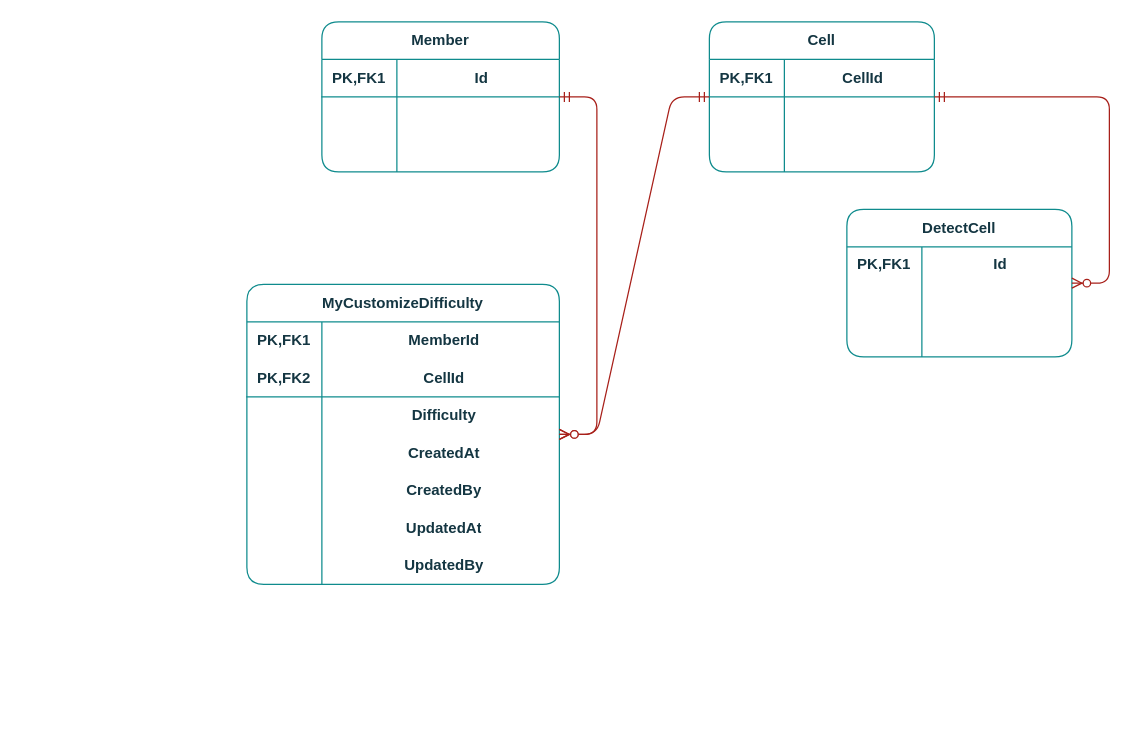
hyeonzx/custom-difficulty keeps this draw.io diagram as custom difficulty.drawio. Above is the earlier version. Source tidied: cells renumbered, new cells numbered last; positions are measured from the earlier drawing's top-left corner, leaving out a move shared by most shapes. Both pictures are drawn from the tidied source at 125%, with x=0, y=0 at pixel (246, 21).
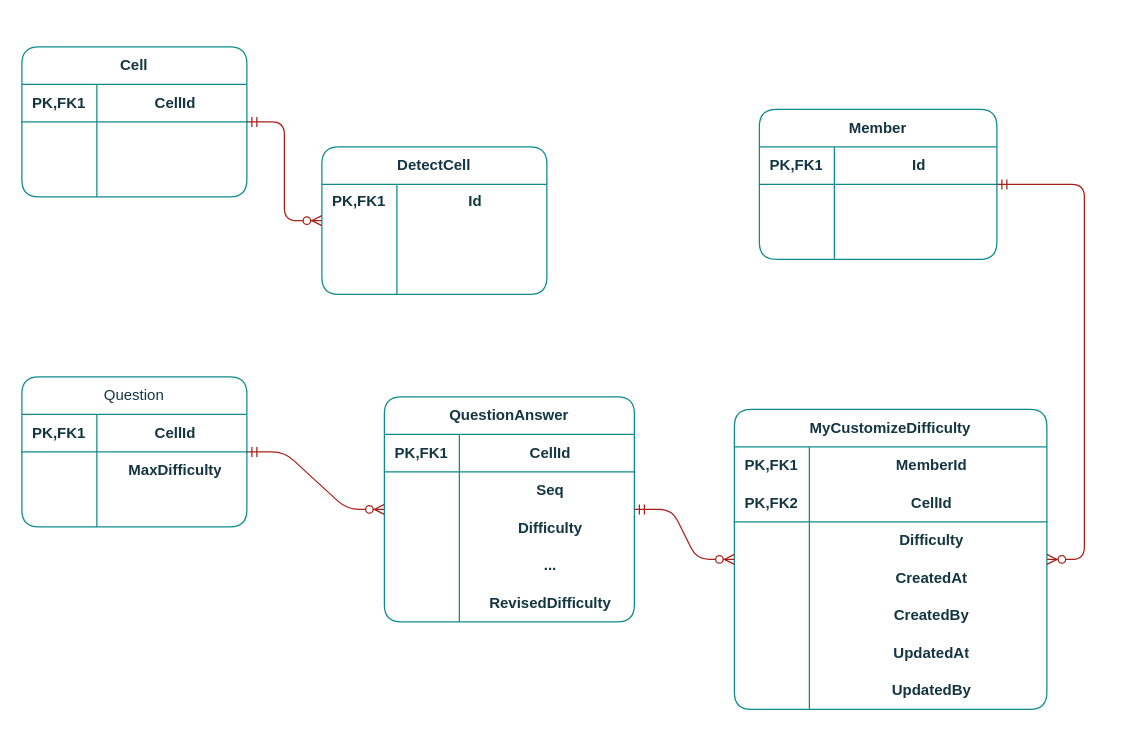
The same page after the edit.

The edit, as a diff of the source:
```diff
@@
     <mxCell id="2" value="Member" style="shape=table;startSize=30;childLayout=tableLayout;rowLines=0;fontStyle=1;align=center;html=1;whiteSpace=wrap;swimlaneLine=1;verticalAlign=middle;fontFamily=Helvetica;fontSize=12;fillColor=none;rounded=1;labelBackgroundColor=none;strokeColor=#0F8B8D;fontColor=#143642;" parent="1" vertex="1">
-      <mxGeometry x="60" width="190" height="120" as="geometry" />
+      <mxGeometry x="410" y="70" width="190" height="120" as="geometry" />
     </mxCell>
@@
     <mxCell id="12" value="Cell" style="shape=table;startSize=30;childLayout=tableLayout;rowLines=0;fontStyle=1;align=center;html=1;whiteSpace=wrap;swimlaneLine=1;verticalAlign=middle;fontFamily=Helvetica;fontSize=12;fillColor=none;rounded=1;labelBackgroundColor=none;strokeColor=#0F8B8D;fontColor=#143642;" parent="1" vertex="1">
-      <mxGeometry x="370" width="180" height="120" as="geometry" />
+      <mxGeometry x="-180" y="20" width="180" height="120" as="geometry" />
     </mxCell>
@@
     <mxCell id="22" value="DetectCell" style="shape=table;startSize=30;childLayout=tableLayout;rowLines=0;fontStyle=1;align=center;html=1;whiteSpace=wrap;swimlaneLine=1;verticalAlign=middle;fontFamily=Helvetica;fontSize=12;fillColor=none;rounded=1;shadow=0;swimlaneFillColor=none;labelBackgroundColor=none;strokeColor=#0F8B8D;fontColor=#143642;" parent="1" vertex="1">
-      <mxGeometry x="480" y="150" width="180" height="118" as="geometry" />
+      <mxGeometry x="60" y="100" width="180" height="118" as="geometry" />
     </mxCell>
@@
     <mxCell id="32" value="MyCustomizeDifficulty" style="shape=table;startSize=30;childLayout=tableLayout;rowLines=0;fontStyle=1;align=center;html=1;whiteSpace=wrap;rounded=1;shadow=0;swimlaneFillColor=none;swimlaneLine=1;verticalAlign=middle;fontFamily=Helvetica;fontSize=12;fillColor=none;labelBackgroundColor=none;strokeColor=#0F8B8D;fontColor=#143642;" parent="1" vertex="1">
-      <mxGeometry y="210" width="250" height="240" as="geometry" />
+      <mxGeometry x="390" y="310" width="250" height="240" as="geometry" />
     </mxCell>
@@
-    <mxCell id="55" style="edgeStyle=entityRelationEdgeStyle;fontSize=12;html=1;endArrow=ERzeroToMany;startArrow=ERmandOne;rounded=1;fontFamily=Helvetica;fontColor=default;fontStyle=1;labelBackgroundColor=none;strokeColor=#A8201A;" parent="1" edge="1" source="12" target="32">
-      <mxGeometry relative="1" as="geometry" />
-    </mxCell>
@@
+    <mxCell id="57" value="Question" style="shape=table;startSize=30;childLayout=tableLayout;rowLines=0;fontStyle=0;align=center;html=1;whiteSpace=wrap;swimlaneLine=1;verticalAlign=middle;fontFamily=Helvetica;fontSize=12;fillColor=none;rounded=1;labelBackgroundColor=none;strokeColor=#0F8B8D;fontColor=#143642;" parent="1" vertex="1">
+      <mxGeometry x="-180" y="284" width="180" height="120" as="geometry" />
+    </mxCell>
+    <mxCell id="58" style="shape=tableRow;horizontal=0;startSize=0;swimlaneHead=0;swimlaneBody=0;fillColor=none;top=0;left=0;right=0;bottom=1;html=1;swimlaneLine=1;align=center;verticalAlign=middle;fontFamily=Helvetica;fontSize=12;fontStyle=1;labelBackgroundColor=none;strokeColor=#0F8B8D;fontColor=#143642;rounded=1;" parent="57" vertex="1">
+      <mxGeometry y="30" width="180" height="30" as="geometry" />
+    </mxCell>
+    <mxCell id="59" value="PK,FK1" style="shape=partialRectangle;fillColor=none;top=0;left=0;bottom=0;right=0;fontStyle=1;overflow=hidden;html=1;whiteSpace=wrap;swimlaneLine=1;align=center;verticalAlign=middle;fontFamily=Helvetica;fontSize=12;labelBackgroundColor=none;strokeColor=#0F8B8D;fontColor=#143642;rounded=1;" parent="58" vertex="1">
+      <mxGeometry width="60" height="30" as="geometry" />
+    </mxCell>
+    <mxCell id="60" value="CellId" style="shape=partialRectangle;fillColor=none;top=0;left=0;bottom=0;right=0;align=center;spacingLeft=6;fontStyle=1;overflow=hidden;html=1;whiteSpace=wrap;swimlaneLine=1;verticalAlign=middle;fontFamily=Helvetica;fontSize=12;labelBackgroundColor=none;strokeColor=#0F8B8D;fontColor=#143642;rounded=1;" parent="58" vertex="1">
+      <mxGeometry x="60" width="120" height="30" as="geometry" />
+    </mxCell>
+    <mxCell id="61" style="shape=tableRow;horizontal=0;startSize=0;swimlaneHead=0;swimlaneBody=0;fillColor=none;top=0;left=0;right=0;bottom=0;html=1;swimlaneLine=1;align=center;verticalAlign=middle;fontFamily=Helvetica;fontSize=12;fontStyle=1;labelBackgroundColor=none;strokeColor=#0F8B8D;fontColor=#143642;rounded=1;" parent="57" vertex="1">
+      <mxGeometry y="60" width="180" height="30" as="geometry" />
+    </mxCell>
+    <mxCell id="62" style="shape=partialRectangle;fillColor=none;top=0;left=0;bottom=0;right=0;overflow=hidden;html=1;whiteSpace=wrap;swimlaneLine=1;align=center;verticalAlign=middle;fontFamily=Helvetica;fontSize=12;fontStyle=1;labelBackgroundColor=none;strokeColor=#0F8B8D;fontColor=#143642;rounded=1;" parent="61" vertex="1">
+      <mxGeometry width="60" height="30" as="geometry" />
+    </mxCell>
+    <mxCell id="63" value="MaxDifficulty" style="shape=partialRectangle;fillColor=none;top=0;left=0;bottom=0;right=0;align=center;spacingLeft=6;overflow=hidden;html=1;whiteSpace=wrap;swimlaneLine=1;verticalAlign=middle;fontFamily=Helvetica;fontSize=12;fontStyle=1;labelBackgroundColor=none;strokeColor=#0F8B8D;fontColor=#143642;rounded=1;" parent="61" vertex="1">
+      <mxGeometry x="60" width="120" height="30" as="geometry" />
+    </mxCell>
+    <mxCell id="64" style="shape=tableRow;horizontal=0;startSize=0;swimlaneHead=0;swimlaneBody=0;fillColor=none;top=0;left=0;right=0;bottom=0;html=1;swimlaneLine=1;align=center;verticalAlign=middle;fontFamily=Helvetica;fontSize=12;fontStyle=1;labelBackgroundColor=none;strokeColor=#0F8B8D;fontColor=#143642;rounded=1;" parent="57" vertex="1">
+      <mxGeometry y="90" width="180" height="30" as="geometry" />
+    </mxCell>
+    <mxCell id="65" style="shape=partialRectangle;fillColor=none;top=0;left=0;bottom=0;right=0;overflow=hidden;html=1;whiteSpace=wrap;swimlaneLine=1;align=center;verticalAlign=middle;fontFamily=Helvetica;fontSize=12;fontStyle=1;labelBackgroundColor=none;strokeColor=#0F8B8D;fontColor=#143642;rounded=1;" parent="64" vertex="1">
+      <mxGeometry width="60" height="30" as="geometry" />
+    </mxCell>
+    <mxCell id="66" style="shape=partialRectangle;fillColor=none;top=0;left=0;bottom=0;right=0;align=center;spacingLeft=6;overflow=hidden;html=1;whiteSpace=wrap;swimlaneLine=1;verticalAlign=middle;fontFamily=Helvetica;fontSize=12;fontStyle=1;labelBackgroundColor=none;strokeColor=#0F8B8D;fontColor=#143642;rounded=1;" parent="64" vertex="1">
+      <mxGeometry x="60" width="120" height="30" as="geometry" />
+    </mxCell>
+    <mxCell id="67" style="edgeStyle=entityRelationEdgeStyle;fontSize=12;html=1;endArrow=ERzeroToMany;startArrow=ERmandOne;rounded=1;fontFamily=Helvetica;fontColor=default;fontStyle=1;labelBackgroundColor=none;strokeColor=#A8201A;" parent="1" edge="1" source="57" target="68">
+      <mxGeometry relative="1" as="geometry">
+        <Array as="points">
+          <mxPoint x="30" y="580.5" />
+        </Array>
+      </mxGeometry>
+    </mxCell>
+    <mxCell id="68" value="QuestionAnswer" style="shape=table;startSize=30;childLayout=tableLayout;rowLines=0;fontStyle=1;align=center;html=1;whiteSpace=wrap;swimlaneLine=1;verticalAlign=middle;fontFamily=Helvetica;fontSize=12;fillColor=none;rounded=1;labelBackgroundColor=none;strokeColor=#0F8B8D;fontColor=#143642;" parent="1" vertex="1">
+      <mxGeometry x="110" y="300" width="200" height="180" as="geometry" />
+    </mxCell>
+    <mxCell id="69" style="shape=tableRow;horizontal=0;startSize=0;swimlaneHead=0;swimlaneBody=0;fillColor=none;top=0;left=0;right=0;bottom=1;html=1;swimlaneLine=1;align=center;verticalAlign=middle;fontFamily=Helvetica;fontSize=12;fontStyle=1;labelBackgroundColor=none;strokeColor=#0F8B8D;fontColor=#143642;rounded=1;" parent="68" vertex="1">
+      <mxGeometry y="30" width="200" height="30" as="geometry" />
+    </mxCell>
+    <mxCell id="70" value="PK,FK1" style="shape=partialRectangle;fillColor=none;top=0;left=0;bottom=0;right=0;fontStyle=1;overflow=hidden;html=1;whiteSpace=wrap;swimlaneLine=1;align=center;verticalAlign=middle;fontFamily=Helvetica;fontSize=12;labelBackgroundColor=none;strokeColor=#0F8B8D;fontColor=#143642;rounded=1;" parent="69" vertex="1">
+      <mxGeometry width="60" height="30" as="geometry" />
+    </mxCell>
+    <mxCell id="71" value="CellId" style="shape=partialRectangle;fillColor=none;top=0;left=0;bottom=0;right=0;align=center;spacingLeft=6;fontStyle=1;overflow=hidden;html=1;whiteSpace=wrap;swimlaneLine=1;verticalAlign=middle;fontFamily=Helvetica;fontSize=12;labelBackgroundColor=none;strokeColor=#0F8B8D;fontColor=#143642;rounded=1;" parent="69" vertex="1">
+      <mxGeometry x="60" width="140" height="30" as="geometry" />
+    </mxCell>
+    <mxCell id="72" style="shape=tableRow;horizontal=0;startSize=0;swimlaneHead=0;swimlaneBody=0;fillColor=none;top=0;left=0;right=0;bottom=0;html=1;swimlaneLine=1;align=center;verticalAlign=middle;fontFamily=Helvetica;fontSize=12;fontStyle=1;labelBackgroundColor=none;strokeColor=#0F8B8D;fontColor=#143642;rounded=1;" parent="68" vertex="1">
+      <mxGeometry y="60" width="200" height="30" as="geometry" />
+    </mxCell>
+    <mxCell id="73" style="shape=partialRectangle;fillColor=none;top=0;left=0;bottom=0;right=0;overflow=hidden;html=1;whiteSpace=wrap;swimlaneLine=1;align=center;verticalAlign=middle;fontFamily=Helvetica;fontSize=12;fontStyle=1;labelBackgroundColor=none;strokeColor=#0F8B8D;fontColor=#143642;rounded=1;" parent="72" vertex="1">
+      <mxGeometry width="60" height="30" as="geometry" />
+    </mxCell>
+    <mxCell id="74" value="Seq" style="shape=partialRectangle;fillColor=none;top=0;left=0;bottom=0;right=0;align=center;spacingLeft=6;overflow=hidden;html=1;whiteSpace=wrap;swimlaneLine=1;verticalAlign=middle;fontFamily=Helvetica;fontSize=12;fontStyle=1;labelBackgroundColor=none;strokeColor=#0F8B8D;fontColor=#143642;rounded=1;" parent="72" vertex="1">
+      <mxGeometry x="60" width="140" height="30" as="geometry" />
+    </mxCell>
+    <mxCell id="75" style="shape=tableRow;horizontal=0;startSize=0;swimlaneHead=0;swimlaneBody=0;fillColor=none;top=0;left=0;right=0;bottom=0;html=1;swimlaneLine=1;align=center;verticalAlign=middle;fontFamily=Helvetica;fontSize=12;fontStyle=1;labelBackgroundColor=none;strokeColor=#0F8B8D;fontColor=#143642;rounded=1;" parent="68" vertex="1">
+      <mxGeometry y="90" width="200" height="30" as="geometry" />
+    </mxCell>
+    <mxCell id="76" style="shape=partialRectangle;fillColor=none;top=0;left=0;bottom=0;right=0;overflow=hidden;html=1;whiteSpace=wrap;swimlaneLine=1;align=center;verticalAlign=middle;fontFamily=Helvetica;fontSize=12;fontStyle=1;labelBackgroundColor=none;strokeColor=#0F8B8D;fontColor=#143642;rounded=1;" parent="75" vertex="1">
+      <mxGeometry width="60" height="30" as="geometry" />
+    </mxCell>
+    <mxCell id="77" value="Difficulty" style="shape=partialRectangle;fillColor=none;top=0;left=0;bottom=0;right=0;align=center;spacingLeft=6;overflow=hidden;html=1;whiteSpace=wrap;swimlaneLine=1;verticalAlign=middle;fontFamily=Helvetica;fontSize=12;fontStyle=1;labelBackgroundColor=none;strokeColor=#0F8B8D;fontColor=#143642;rounded=1;" parent="75" vertex="1">
+      <mxGeometry x="60" width="140" height="30" as="geometry" />
+    </mxCell>
+    <mxCell id="78" style="shape=tableRow;horizontal=0;startSize=0;swimlaneHead=0;swimlaneBody=0;fillColor=none;top=0;left=0;right=0;bottom=0;html=1;swimlaneLine=1;align=center;verticalAlign=middle;fontFamily=Helvetica;fontSize=12;fontStyle=1;labelBackgroundColor=none;strokeColor=#0F8B8D;fontColor=#143642;rounded=1;" parent="68" vertex="1">
+      <mxGeometry y="120" width="200" height="30" as="geometry" />
+    </mxCell>
+    <mxCell id="79" style="shape=partialRectangle;fillColor=none;top=0;left=0;bottom=0;right=0;overflow=hidden;html=1;whiteSpace=wrap;swimlaneLine=1;align=center;verticalAlign=middle;fontFamily=Helvetica;fontSize=12;fontStyle=1;labelBackgroundColor=none;strokeColor=#0F8B8D;fontColor=#143642;rounded=1;" parent="78" vertex="1">
+      <mxGeometry width="60" height="30" as="geometry" />
+    </mxCell>
+    <mxCell id="80" value="..." style="shape=partialRectangle;fillColor=none;top=0;left=0;bottom=0;right=0;align=center;spacingLeft=6;overflow=hidden;html=1;whiteSpace=wrap;swimlaneLine=1;verticalAlign=middle;fontFamily=Helvetica;fontSize=12;fontStyle=1;labelBackgroundColor=none;strokeColor=#0F8B8D;fontColor=#143642;rounded=1;" parent="78" vertex="1">
+      <mxGeometry x="60" width="140" height="30" as="geometry" />
+    </mxCell>
+    <mxCell id="81" style="shape=tableRow;horizontal=0;startSize=0;swimlaneHead=0;swimlaneBody=0;fillColor=none;top=0;left=0;right=0;bottom=0;html=1;swimlaneLine=1;align=center;verticalAlign=middle;fontFamily=Helvetica;fontSize=12;fontStyle=1;labelBackgroundColor=none;strokeColor=#0F8B8D;fontColor=#143642;rounded=1;" parent="68" vertex="1">
+      <mxGeometry y="150" width="200" height="30" as="geometry" />
+    </mxCell>
+    <mxCell id="82" style="shape=partialRectangle;fillColor=none;top=0;left=0;bottom=0;right=0;overflow=hidden;html=1;whiteSpace=wrap;swimlaneLine=1;align=center;verticalAlign=middle;fontFamily=Helvetica;fontSize=12;fontStyle=1;labelBackgroundColor=none;strokeColor=#0F8B8D;fontColor=#143642;rounded=1;" parent="81" vertex="1">
+      <mxGeometry width="60" height="30" as="geometry" />
+    </mxCell>
+    <mxCell id="83" value="RevisedDifficulty" style="shape=partialRectangle;fillColor=none;top=0;left=0;bottom=0;right=0;align=center;spacingLeft=6;overflow=hidden;html=1;whiteSpace=wrap;swimlaneLine=1;verticalAlign=middle;fontFamily=Helvetica;fontSize=12;fontStyle=1;labelBackgroundColor=none;strokeColor=#0F8B8D;fontColor=#143642;rounded=1;" parent="81" vertex="1">
+      <mxGeometry x="60" width="140" height="30" as="geometry" />
+    </mxCell>
+    <mxCell id="84" style="shape=tableRow;horizontal=0;startSize=0;swimlaneHead=0;swimlaneBody=0;fillColor=none;top=0;left=0;right=0;bottom=0;html=1;swimlaneLine=1;align=center;verticalAlign=middle;fontFamily=Helvetica;fontSize=12;fontStyle=1;labelBackgroundColor=none;strokeColor=#0F8B8D;fontColor=#143642;rounded=1;" parent="1" vertex="1">
+      <mxGeometry x="150" y="400" width="180" height="30" as="geometry" />
+    </mxCell>
+    <mxCell id="85" style="edgeStyle=entityRelationEdgeStyle;fontSize=12;html=1;endArrow=ERzeroToMany;startArrow=ERmandOne;rounded=1;fontFamily=Helvetica;fontColor=default;fontStyle=1;labelBackgroundColor=none;strokeColor=#A8201A;" parent="1" edge="1" source="68" target="32">
+      <mxGeometry relative="1" as="geometry">
+        <Array as="points">
+          <mxPoint x="40" y="590.5" />
+        </Array>
+      </mxGeometry>
+    </mxCell>
```
